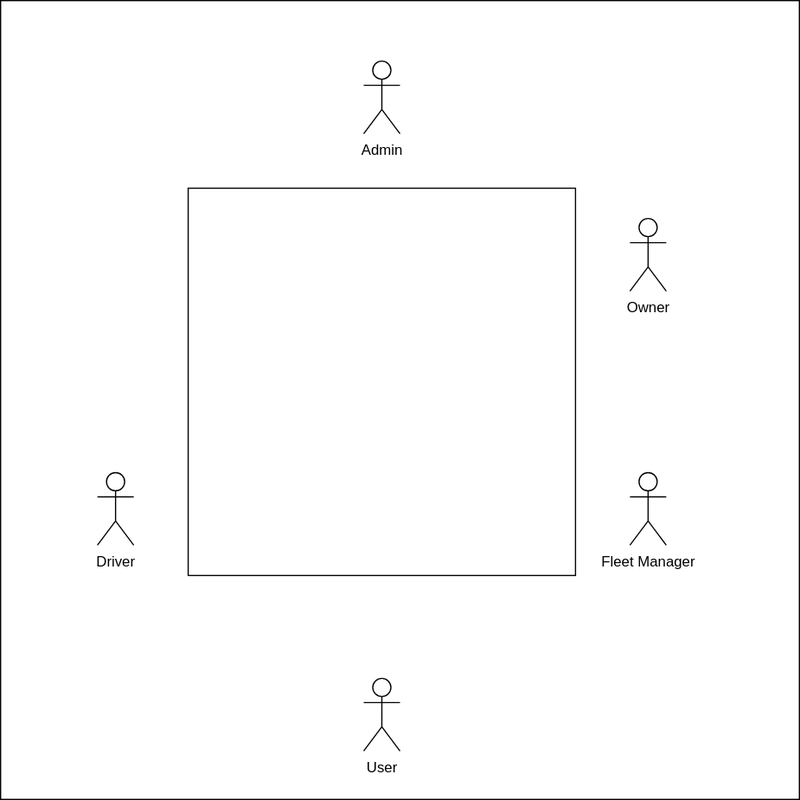
Earlier version of the draw.io export uc-diagramm.drawio.svg (ISxOdin/neurofleet_public). Source tidied: cells renumbered, new cells last; positions are measured from the earlier drawing's top-left corner, leaving out a move shared by most shapes.
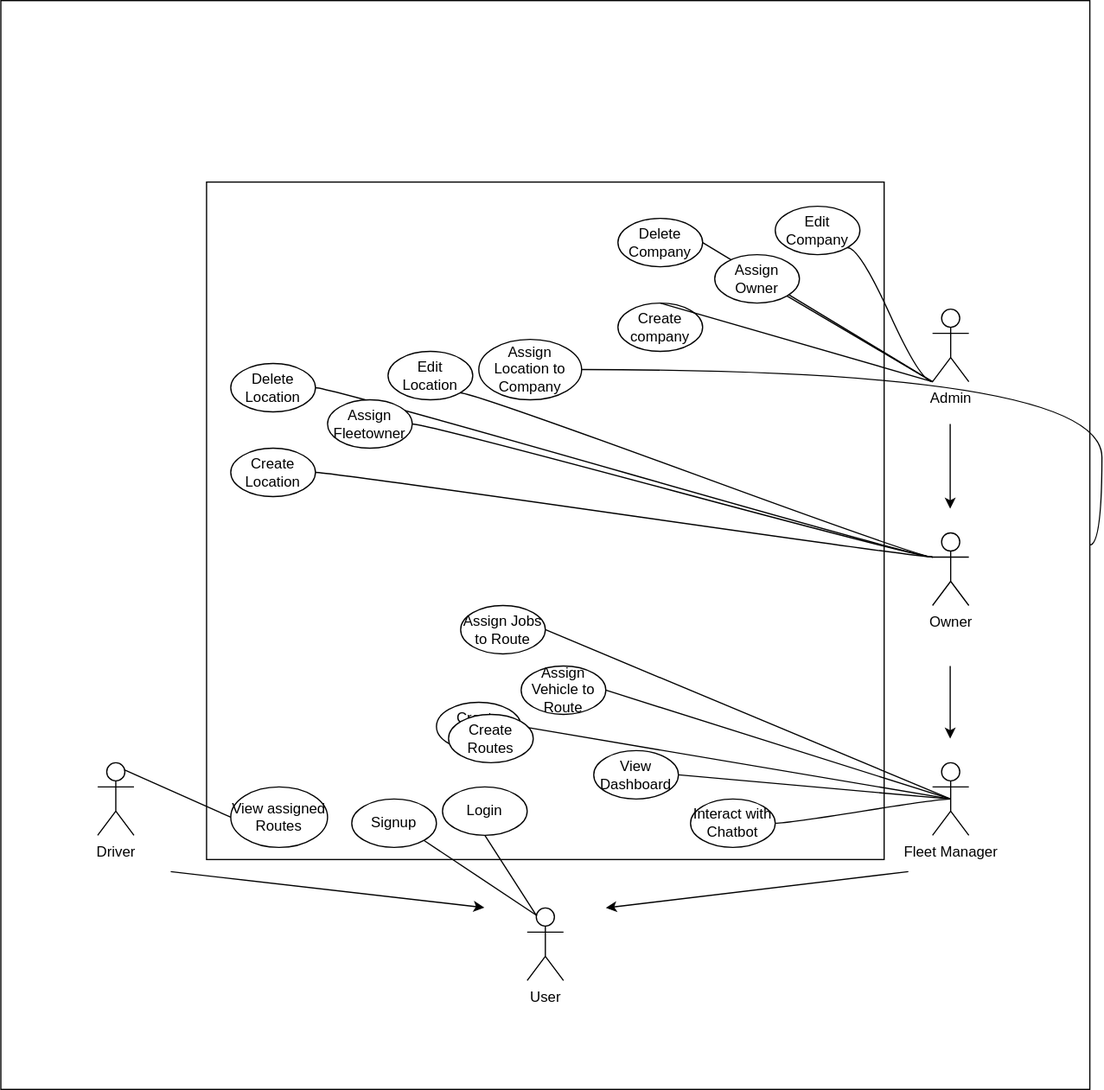
After the change.

The edit, as a diff of the source:
```diff
@@ -3,25 +3,157 @@
     <mxCell id="0" />
     <mxCell id="1" parent="0" />
     <mxCell id="2" style="whiteSpace=wrap;html=1;" parent="1" vertex="1">
-      <mxGeometry width="660" height="660" as="geometry" />
+      <mxGeometry width="900" height="900" as="geometry" />
     </mxCell>
     <mxCell id="3" style="whiteSpace=wrap;html=1;" parent="1" vertex="1">
-      <mxGeometry x="155" y="155" width="320" height="320" as="geometry" />
+      <mxGeometry x="170" y="150" width="560" height="560" as="geometry" />
     </mxCell>
     <mxCell id="4" value="Admin" style="shape=umlActor;verticalLabelPosition=bottom;verticalAlign=top;html=1;outlineConnect=0;" parent="1" vertex="1">
-      <mxGeometry x="300" y="50" width="30" height="60" as="geometry" />
+      <mxGeometry x="770" y="255" width="30" height="60" as="geometry" />
     </mxCell>
     <mxCell id="5" value="User" style="shape=umlActor;verticalLabelPosition=bottom;verticalAlign=top;html=1;outlineConnect=0;" parent="1" vertex="1">
-      <mxGeometry x="300" y="560" width="30" height="60" as="geometry" />
+      <mxGeometry x="435" y="750" width="30" height="60" as="geometry" />
     </mxCell>
     <mxCell id="6" value="Fleet Manager" style="shape=umlActor;verticalLabelPosition=bottom;verticalAlign=top;html=1;outlineConnect=0;" parent="1" vertex="1">
-      <mxGeometry x="520" y="390" width="30" height="60" as="geometry" />
+      <mxGeometry x="770" y="630" width="30" height="60" as="geometry" />
     </mxCell>
     <mxCell id="7" value="Owner" style="shape=umlActor;verticalLabelPosition=bottom;verticalAlign=top;html=1;outlineConnect=0;" parent="1" vertex="1">
-      <mxGeometry x="520" y="180" width="30" height="60" as="geometry" />
+      <mxGeometry x="770" y="440" width="30" height="60" as="geometry" />
     </mxCell>
     <mxCell id="8" value="Driver" style="shape=umlActor;verticalLabelPosition=bottom;verticalAlign=top;html=1;outlineConnect=0;" parent="1" vertex="1">
-      <mxGeometry x="80" y="390" width="30" height="60" as="geometry" />
+      <mxGeometry x="80" y="630" width="30" height="60" as="geometry" />
     </mxCell>
+    <mxCell id="9" value="Create company" style="ellipse;whiteSpace=wrap;html=1;align=center;newEdgeStyle={&quot;edgeStyle&quot;:&quot;entityRelationEdgeStyle&quot;,&quot;startArrow&quot;:&quot;none&quot;,&quot;endArrow&quot;:&quot;none&quot;,&quot;segment&quot;:10,&quot;curved&quot;:1,&quot;sourcePerimeterSpacing&quot;:0,&quot;targetPerimeterSpacing&quot;:0};" parent="1" vertex="1">
+      <mxGeometry x="510" y="250" width="70" height="40" as="geometry" />
+    </mxCell>
+    <mxCell id="10" style="endArrow=none;html=1;entryX=0;entryY=1;entryDx=0;entryDy=0;entryPerimeter=0;exitX=0.5;exitY=0;exitDx=0;exitDy=0;" parent="1" edge="1" source="9" target="4">
+      <mxGeometry relative="1" as="geometry" />
+    </mxCell>
+    <mxCell id="11" style="endArrow=none;html=1;entryX=0;entryY=1;entryDx=0;entryDy=0;entryPerimeter=0;exitX=1;exitY=1;exitDx=0;exitDy=0;" parent="1" edge="1" source="14" target="4">
+      <mxGeometry relative="1" as="geometry" />
+    </mxCell>
+    <mxCell id="12" value="Delete Company" style="ellipse;whiteSpace=wrap;html=1;align=center;newEdgeStyle={&quot;edgeStyle&quot;:&quot;entityRelationEdgeStyle&quot;,&quot;startArrow&quot;:&quot;none&quot;,&quot;endArrow&quot;:&quot;none&quot;,&quot;segment&quot;:10,&quot;curved&quot;:1,&quot;sourcePerimeterSpacing&quot;:0,&quot;targetPerimeterSpacing&quot;:0};" parent="1" vertex="1">
+      <mxGeometry x="510" y="180" width="70" height="40" as="geometry" />
+    </mxCell>
+    <mxCell id="13" style="endArrow=none;html=1;entryX=0;entryY=1;entryDx=0;entryDy=0;entryPerimeter=0;exitX=1;exitY=0.5;exitDx=0;exitDy=0;" parent="1" edge="1" source="12" target="4">
+      <mxGeometry relative="1" as="geometry" />
+    </mxCell>
+    <mxCell id="14" value="Assign Owner" style="ellipse;whiteSpace=wrap;html=1;align=center;newEdgeStyle={&quot;edgeStyle&quot;:&quot;entityRelationEdgeStyle&quot;,&quot;startArrow&quot;:&quot;none&quot;,&quot;endArrow&quot;:&quot;none&quot;,&quot;segment&quot;:10,&quot;curved&quot;:1,&quot;sourcePerimeterSpacing&quot;:0,&quot;targetPerimeterSpacing&quot;:0};" parent="1" vertex="1">
+      <mxGeometry x="590" y="210" width="70" height="40" as="geometry" />
+    </mxCell>
+    <mxCell id="15" style="edgeStyle=none;html=1;" parent="1" edge="1">
+      <mxGeometry relative="1" as="geometry">
+        <mxPoint x="784.6" y="350" as="sourcePoint" />
+        <mxPoint x="784.6" y="420" as="targetPoint" />
+      </mxGeometry>
+    </mxCell>
+    <mxCell id="16" style="edgeStyle=none;html=1;" parent="1" edge="1">
+      <mxGeometry relative="1" as="geometry">
+        <mxPoint x="784.6" y="550" as="sourcePoint" />
+        <mxPoint x="784.6" y="610" as="targetPoint" />
+      </mxGeometry>
+    </mxCell>
+    <mxCell id="17" style="edgeStyle=none;html=1;" parent="1" edge="1">
+      <mxGeometry relative="1" as="geometry">
+        <mxPoint x="750" y="720" as="sourcePoint" />
+        <mxPoint x="500" y="750" as="targetPoint" />
+      </mxGeometry>
+    </mxCell>
+    <mxCell id="18" style="edgeStyle=none;html=1;entryX=0.444;entryY=0.833;entryDx=0;entryDy=0;entryPerimeter=0;exitX=0.156;exitY=0.8;exitDx=0;exitDy=0;exitPerimeter=0;" parent="1" edge="1" source="2" target="2">
+      <mxGeometry relative="1" as="geometry" />
+    </mxCell>
+    <mxCell id="19" value="View assigned Routes" style="ellipse;whiteSpace=wrap;html=1;align=center;newEdgeStyle={&quot;edgeStyle&quot;:&quot;entityRelationEdgeStyle&quot;,&quot;startArrow&quot;:&quot;none&quot;,&quot;endArrow&quot;:&quot;none&quot;,&quot;segment&quot;:10,&quot;curved&quot;:1,&quot;sourcePerimeterSpacing&quot;:0,&quot;targetPerimeterSpacing&quot;:0};" parent="1" vertex="1">
+      <mxGeometry x="190" y="650" width="80" height="50" as="geometry" />
+    </mxCell>
+    <mxCell id="20" value="Login" style="ellipse;whiteSpace=wrap;html=1;align=center;newEdgeStyle={&quot;edgeStyle&quot;:&quot;entityRelationEdgeStyle&quot;,&quot;startArrow&quot;:&quot;none&quot;,&quot;endArrow&quot;:&quot;none&quot;,&quot;segment&quot;:10,&quot;curved&quot;:1,&quot;sourcePerimeterSpacing&quot;:0,&quot;targetPerimeterSpacing&quot;:0};" parent="1" vertex="1">
+      <mxGeometry x="365" y="650" width="70" height="40" as="geometry" />
+    </mxCell>
+    <mxCell id="21" style="endArrow=none;html=1;entryX=0.5;entryY=1;entryDx=0;entryDy=0;exitX=0.25;exitY=0.1;exitDx=0;exitDy=0;exitPerimeter=0;" parent="1" edge="1" source="5" target="20">
+      <mxGeometry relative="1" as="geometry" />
+    </mxCell>
+    <mxCell id="22" value="Signup" style="ellipse;whiteSpace=wrap;html=1;align=center;newEdgeStyle={&quot;edgeStyle&quot;:&quot;entityRelationEdgeStyle&quot;,&quot;startArrow&quot;:&quot;none&quot;,&quot;endArrow&quot;:&quot;none&quot;,&quot;segment&quot;:10,&quot;curved&quot;:1,&quot;sourcePerimeterSpacing&quot;:0,&quot;targetPerimeterSpacing&quot;:0};" parent="1" vertex="1">
+      <mxGeometry x="290" y="660" width="70" height="40" as="geometry" />
+    </mxCell>
+    <mxCell id="23" style="endArrow=none;html=1;entryX=1;entryY=1;entryDx=0;entryDy=0;exitX=0.25;exitY=0.1;exitDx=0;exitDy=0;exitPerimeter=0;" parent="1" edge="1" source="5" target="22">
+      <mxGeometry relative="1" as="geometry" />
+    </mxCell>
+    <mxCell id="24" style="endArrow=none;html=1;entryX=0;entryY=0.5;entryDx=0;entryDy=0;exitX=0.75;exitY=0.1;exitDx=0;exitDy=0;exitPerimeter=0;" parent="1" edge="1" source="8" target="19">
+      <mxGeometry relative="1" as="geometry" />
+    </mxCell>
+    <mxCell id="25" value="Create Routes" style="ellipse;whiteSpace=wrap;html=1;align=center;newEdgeStyle={&quot;edgeStyle&quot;:&quot;entityRelationEdgeStyle&quot;,&quot;startArrow&quot;:&quot;none&quot;,&quot;endArrow&quot;:&quot;none&quot;,&quot;segment&quot;:10,&quot;curved&quot;:1,&quot;sourcePerimeterSpacing&quot;:0,&quot;targetPerimeterSpacing&quot;:0};" parent="1" vertex="1">
+      <mxGeometry x="360" y="580" width="70" height="40" as="geometry" />
+    </mxCell>
+    <mxCell id="26" style="endArrow=none;html=1;entryX=0.5;entryY=0.5;entryDx=0;entryDy=0;exitX=1;exitY=0.5;exitDx=0;exitDy=0;entryPerimeter=0;" parent="1" edge="1" source="25" target="6">
+      <mxGeometry relative="1" as="geometry" />
+    </mxCell>
+    <mxCell id="27" value="Assign Vehicle to Route" style="ellipse;whiteSpace=wrap;html=1;align=center;newEdgeStyle={&quot;edgeStyle&quot;:&quot;entityRelationEdgeStyle&quot;,&quot;startArrow&quot;:&quot;none&quot;,&quot;endArrow&quot;:&quot;none&quot;,&quot;segment&quot;:10,&quot;curved&quot;:1,&quot;sourcePerimeterSpacing&quot;:0,&quot;targetPerimeterSpacing&quot;:0};" parent="1" vertex="1">
+      <mxGeometry x="430" y="550" width="70" height="40" as="geometry" />
+    </mxCell>
+    <mxCell id="28" style="endArrow=none;html=1;entryX=0.5;entryY=0.5;entryDx=0;entryDy=0;exitX=1;exitY=0.5;exitDx=0;exitDy=0;entryPerimeter=0;" parent="1" edge="1" source="27" target="6">
+      <mxGeometry relative="1" as="geometry" />
+    </mxCell>
+    <mxCell id="29" value="Assign Jobs to Route" style="ellipse;whiteSpace=wrap;html=1;align=center;newEdgeStyle={&quot;edgeStyle&quot;:&quot;entityRelationEdgeStyle&quot;,&quot;startArrow&quot;:&quot;none&quot;,&quot;endArrow&quot;:&quot;none&quot;,&quot;segment&quot;:10,&quot;curved&quot;:1,&quot;sourcePerimeterSpacing&quot;:0,&quot;targetPerimeterSpacing&quot;:0};" parent="1" vertex="1">
+      <mxGeometry x="380" y="500" width="70" height="40" as="geometry" />
+    </mxCell>
+    <mxCell id="30" style="endArrow=none;html=1;entryX=0.5;entryY=0.5;entryDx=0;entryDy=0;exitX=1;exitY=0.5;exitDx=0;exitDy=0;entryPerimeter=0;" parent="1" edge="1" source="29" target="6">
+      <mxGeometry relative="1" as="geometry" />
+    </mxCell>
+    <mxCell id="31" value="View Dashboard" style="ellipse;whiteSpace=wrap;html=1;align=center;newEdgeStyle={&quot;edgeStyle&quot;:&quot;entityRelationEdgeStyle&quot;,&quot;startArrow&quot;:&quot;none&quot;,&quot;endArrow&quot;:&quot;none&quot;,&quot;segment&quot;:10,&quot;curved&quot;:1,&quot;sourcePerimeterSpacing&quot;:0,&quot;targetPerimeterSpacing&quot;:0};" parent="1" vertex="1">
+      <mxGeometry x="490" y="620" width="70" height="40" as="geometry" />
+    </mxCell>
+    <mxCell id="32" style="endArrow=none;html=1;entryX=0.5;entryY=0.5;entryDx=0;entryDy=0;exitX=1;exitY=0.5;exitDx=0;exitDy=0;entryPerimeter=0;" parent="1" edge="1" source="31" target="6">
+      <mxGeometry relative="1" as="geometry" />
+    </mxCell>
+    <mxCell id="33" value="Interact with Chatbot" style="ellipse;whiteSpace=wrap;html=1;align=center;newEdgeStyle={&quot;edgeStyle&quot;:&quot;entityRelationEdgeStyle&quot;,&quot;startArrow&quot;:&quot;none&quot;,&quot;endArrow&quot;:&quot;none&quot;,&quot;segment&quot;:10,&quot;curved&quot;:1,&quot;sourcePerimeterSpacing&quot;:0,&quot;targetPerimeterSpacing&quot;:0};" parent="1" vertex="1">
+      <mxGeometry x="570" y="660" width="70" height="40" as="geometry" />
+    </mxCell>
+    <mxCell id="34" style="edgeStyle=entityRelationEdgeStyle;html=1;startArrow=none;endArrow=none;segment=10;curved=1;sourcePerimeterSpacing=0;targetPerimeterSpacing=0;exitX=1;exitY=0.5;exitDx=0;exitDy=0;entryX=0.5;entryY=0.5;entryDx=0;entryDy=0;entryPerimeter=0;" parent="1" edge="1" source="33" target="6">
+      <mxGeometry relative="1" as="geometry" />
+    </mxCell>
+    <mxCell id="35" value="Create Routes" style="ellipse;whiteSpace=wrap;html=1;align=center;newEdgeStyle={&quot;edgeStyle&quot;:&quot;entityRelationEdgeStyle&quot;,&quot;startArrow&quot;:&quot;none&quot;,&quot;endArrow&quot;:&quot;none&quot;,&quot;segment&quot;:10,&quot;curved&quot;:1,&quot;sourcePerimeterSpacing&quot;:0,&quot;targetPerimeterSpacing&quot;:0};" parent="1" vertex="1">
+      <mxGeometry x="370" y="590" width="70" height="40" as="geometry" />
+    </mxCell>
+    <mxCell id="36" value="Edit Company" style="ellipse;whiteSpace=wrap;html=1;align=center;newEdgeStyle={&quot;edgeStyle&quot;:&quot;entityRelationEdgeStyle&quot;,&quot;startArrow&quot;:&quot;none&quot;,&quot;endArrow&quot;:&quot;none&quot;,&quot;segment&quot;:10,&quot;curved&quot;:1,&quot;sourcePerimeterSpacing&quot;:0,&quot;targetPerimeterSpacing&quot;:0};" parent="1" vertex="1">
+      <mxGeometry x="640" y="170" width="70" height="40" as="geometry" />
+    </mxCell>
+    <mxCell id="37" style="edgeStyle=entityRelationEdgeStyle;html=1;startArrow=none;endArrow=none;segment=10;curved=1;sourcePerimeterSpacing=0;targetPerimeterSpacing=0;exitX=1;exitY=1;exitDx=0;exitDy=0;entryX=0;entryY=1;entryDx=0;entryDy=0;entryPerimeter=0;" parent="1" edge="1" source="36" target="4">
+      <mxGeometry relative="1" as="geometry" />
+    </mxCell>
+    <mxCell id="38" value="Create Location" style="ellipse;whiteSpace=wrap;html=1;align=center;newEdgeStyle={&quot;edgeStyle&quot;:&quot;entityRelationEdgeStyle&quot;,&quot;startArrow&quot;:&quot;none&quot;,&quot;endArrow&quot;:&quot;none&quot;,&quot;segment&quot;:10,&quot;curved&quot;:1,&quot;sourcePerimeterSpacing&quot;:0,&quot;targetPerimeterSpacing&quot;:0};" parent="1" vertex="1">
+      <mxGeometry x="190" y="370" width="70" height="40" as="geometry" />
+    </mxCell>
+    <mxCell id="39" value="Delete Location" style="ellipse;whiteSpace=wrap;html=1;align=center;newEdgeStyle={&quot;edgeStyle&quot;:&quot;entityRelationEdgeStyle&quot;,&quot;startArrow&quot;:&quot;none&quot;,&quot;endArrow&quot;:&quot;none&quot;,&quot;segment&quot;:10,&quot;curved&quot;:1,&quot;sourcePerimeterSpacing&quot;:0,&quot;targetPerimeterSpacing&quot;:0};" parent="1" vertex="1">
+      <mxGeometry x="190" y="300" width="70" height="40" as="geometry" />
+    </mxCell>
+    <mxCell id="40" style="edgeStyle=entityRelationEdgeStyle;html=1;startArrow=none;endArrow=none;segment=10;curved=1;sourcePerimeterSpacing=0;targetPerimeterSpacing=0;exitX=1;exitY=0.5;exitDx=0;exitDy=0;" parent="1" edge="1" source="45">
+      <mxGeometry relative="1" as="geometry">
+        <mxPoint x="770" y="460" as="targetPoint" />
+      </mxGeometry>
+    </mxCell>
+    <mxCell id="41" value="Edit Location" style="ellipse;whiteSpace=wrap;html=1;align=center;newEdgeStyle={&quot;edgeStyle&quot;:&quot;entityRelationEdgeStyle&quot;,&quot;startArrow&quot;:&quot;none&quot;,&quot;endArrow&quot;:&quot;none&quot;,&quot;segment&quot;:10,&quot;curved&quot;:1,&quot;sourcePerimeterSpacing&quot;:0,&quot;targetPerimeterSpacing&quot;:0};" parent="1" vertex="1">
+      <mxGeometry x="320" y="290" width="70" height="40" as="geometry" />
+    </mxCell>
+    <mxCell id="42" style="edgeStyle=entityRelationEdgeStyle;html=1;startArrow=none;endArrow=none;segment=10;curved=1;sourcePerimeterSpacing=0;targetPerimeterSpacing=0;exitX=1;exitY=1;exitDx=0;exitDy=0;entryX=0;entryY=0.3333333333333333;entryDx=0;entryDy=0;entryPerimeter=0;" parent="1" edge="1" source="41" target="7">
+      <mxGeometry relative="1" as="geometry" />
+    </mxCell>
+    <mxCell id="43" style="edgeStyle=entityRelationEdgeStyle;html=1;startArrow=none;endArrow=none;segment=10;curved=1;sourcePerimeterSpacing=0;targetPerimeterSpacing=0;exitX=1;exitY=0.5;exitDx=0;exitDy=0;entryX=0;entryY=0.3333333333333333;entryDx=0;entryDy=0;entryPerimeter=0;" parent="1" edge="1" source="39" target="7">
+      <mxGeometry relative="1" as="geometry" />
+    </mxCell>
+    <mxCell id="44" style="edgeStyle=entityRelationEdgeStyle;html=1;startArrow=none;endArrow=none;segment=10;curved=1;sourcePerimeterSpacing=0;targetPerimeterSpacing=0;exitX=1;exitY=0.5;exitDx=0;exitDy=0;entryX=0;entryY=0.3333333333333333;entryDx=0;entryDy=0;entryPerimeter=0;" parent="1" edge="1" source="38" target="7">
+      <mxGeometry relative="1" as="geometry" />
+    </mxCell>
+    <mxCell id="45" value="Assign Fleetowner" style="ellipse;whiteSpace=wrap;html=1;align=center;newEdgeStyle={&quot;edgeStyle&quot;:&quot;entityRelationEdgeStyle&quot;,&quot;startArrow&quot;:&quot;none&quot;,&quot;endArrow&quot;:&quot;none&quot;,&quot;segment&quot;:10,&quot;curved&quot;:1,&quot;sourcePerimeterSpacing&quot;:0,&quot;targetPerimeterSpacing&quot;:0};" parent="1" vertex="1">
+      <mxGeometry x="270" y="330" width="70" height="40" as="geometry" />
+    </mxCell>
+    <mxCell id="46" style="edgeStyle=entityRelationEdgeStyle;html=1;startArrow=none;endArrow=none;segment=10;curved=1;sourcePerimeterSpacing=0;targetPerimeterSpacing=0;exitX=1;exitY=0.5;exitDx=0;exitDy=0;" parent="1" edge="1" source="47" target="2">
+      <mxGeometry relative="1" as="geometry">
+        <Array as="points">
+          <mxPoint x="780" y="260" />
+        </Array>
+      </mxGeometry>
+    </mxCell>
+    <mxCell id="47" value="Assign Location to Company" style="ellipse;whiteSpace=wrap;html=1;align=center;newEdgeStyle={&quot;edgeStyle&quot;:&quot;entityRelationEdgeStyle&quot;,&quot;startArrow&quot;:&quot;none&quot;,&quot;endArrow&quot;:&quot;none&quot;,&quot;segment&quot;:10,&quot;curved&quot;:1,&quot;sourcePerimeterSpacing&quot;:0,&quot;targetPerimeterSpacing&quot;:0};" parent="1" vertex="1">
+      <mxGeometry x="395" y="280" width="85" height="50" as="geometry" />
+    </mxCell>
   </root>
 </mxGraphModel>
```
